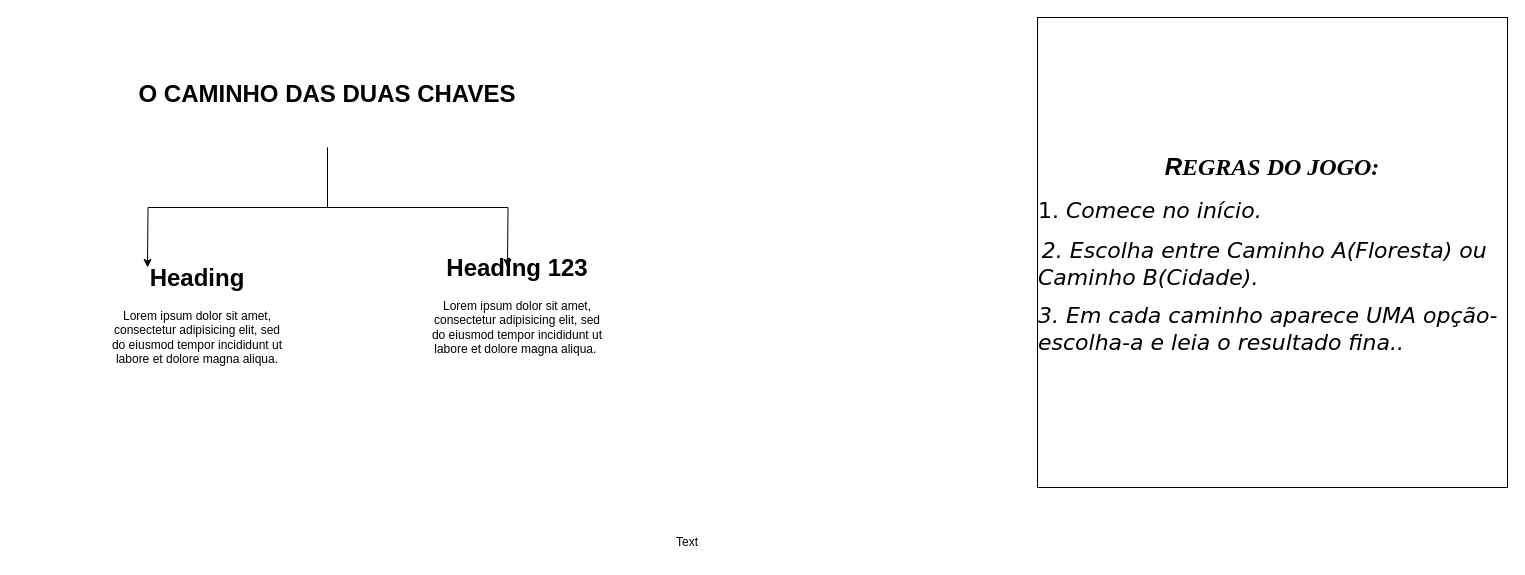
Before: info.drawio in Paula-Machado7/o-caminho-das-duas-chaves, a draw.io diagram. Source tidied: cells renumbered, new cells numbered last; positions are measured from the earlier drawing's top-left corner, leaving out a move shared by most shapes. Both pictures are drawn from the tidied source at 100%, with x=0, y=0 at pixel (87, 17).
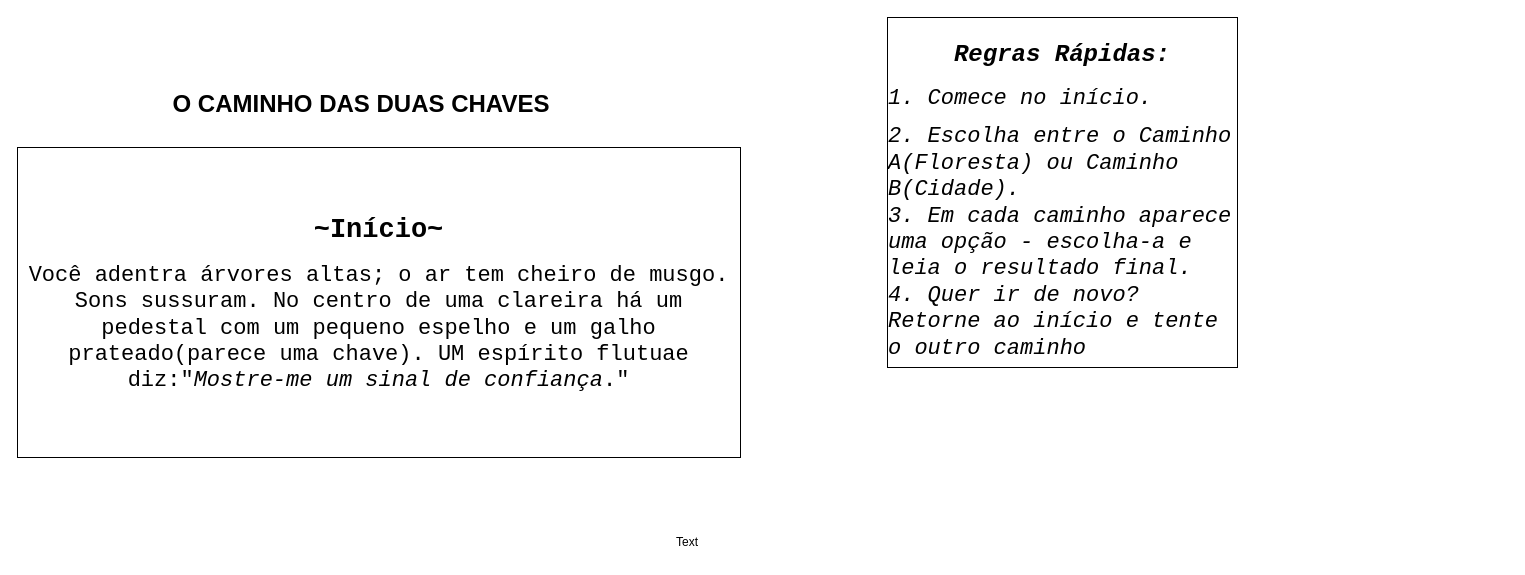
The same diagram, later.

The edit, as a diff of the source:
```diff
@@
 <mxGraphModel>
   <root>
     <mxCell id="0" />
     <mxCell id="1" parent="0" />
-    <mxCell id="2" style="edgeStyle=orthogonalEdgeStyle;rounded=0;jettySize=auto;html=1;" parent="1" edge="1" source="4">
-      <mxGeometry relative="1" as="geometry">
-        <mxPoint x="60" y="250" as="targetPoint" />
-      </mxGeometry>
-    </mxCell>
-    <mxCell id="3" style="edgeStyle=orthogonalEdgeStyle;rounded=0;jettySize=auto;html=1;" parent="1" edge="1" source="4">
-      <mxGeometry relative="1" as="geometry">
-        <mxPoint x="420" y="250" as="targetPoint" />
-      </mxGeometry>
-    </mxCell>
     <mxCell id="4" value="&lt;h1&gt;O CAMINHO DAS DUAS CHAVES&lt;/h1&gt;" style="text;html=1;whiteSpace=wrap;overflow=hidden;rounded=0;align=center;" parent="1" vertex="1">
-      <mxGeometry y="40" width="480" height="90" as="geometry" />
+      <mxGeometry x="34" y="50" width="480" height="90" as="geometry" />
     </mxCell>
-    <mxCell id="5" value="&lt;h1 style=&quot;margin-top: 0px;&quot;&gt;Heading&lt;/h1&gt;&lt;p&gt;Lorem ipsum dolor sit amet, consectetur adipisicing elit, sed do eiusmod tempor incididunt ut labore et dolore magna aliqua.&lt;/p&gt;" style="text;html=1;whiteSpace=wrap;overflow=hidden;rounded=0;align=center;" parent="1" vertex="1">
-      <mxGeometry x="20" y="240" width="180" height="120" as="geometry" />
-    </mxCell>
-    <mxCell id="6" value="&lt;h1 style=&quot;margin-top: 0px;&quot;&gt;Heading 123&lt;/h1&gt;&lt;p&gt;Lorem ipsum dolor sit amet, consectetur adipisicing elit, sed do eiusmod tempor incididunt ut labore et dolore magna aliqua.&amp;nbsp;&lt;/p&gt;" style="text;html=1;whiteSpace=wrap;overflow=hidden;rounded=0;align=center;" parent="1" vertex="1">
-      <mxGeometry x="340" y="230" width="180" height="120" as="geometry" />
-    </mxCell>
-    <mxCell id="7" value="&lt;h1&gt;&lt;i&gt;R&lt;font face=&quot;Times New Roman&quot;&gt;EGRAS DO JOGO:&lt;/font&gt;&lt;/i&gt;&lt;/h1&gt;&lt;h3 style=&quot;text-align: left;&quot;&gt;&lt;span style=&quot;background-color: transparent; font-weight: normal; font-size: 22px;&quot;&gt;&lt;font face=&quot;Verdana&quot;&gt;1. &lt;i&gt;Comece no início.&lt;/i&gt;&lt;/font&gt;&lt;/span&gt;&lt;/h3&gt;&lt;p style=&quot;text-align: left;&quot;&gt;&lt;font face=&quot;Verdana&quot;&gt;&lt;span style=&quot;background-color: transparent;&quot;&gt;&amp;nbsp;&lt;/span&gt;&lt;/font&gt;&lt;font style=&quot;background-color: transparent;&quot; face=&quot;Verdana&quot;&gt;&lt;font style=&quot;background-color: transparent; font-size: 22px;&quot;&gt;&lt;i&gt;2.&amp;nbsp;&lt;/i&gt;&lt;/font&gt;&lt;/font&gt;&lt;i style=&quot;background-color: transparent; font-size: 22px; font-family: Verdana;&quot;&gt;Escolha entre Caminho A(Floresta) ou Caminho B(Cidade).&lt;/i&gt;&lt;/p&gt;&lt;p style=&quot;text-align: left;&quot;&gt;&lt;i style=&quot;background-color: transparent; font-size: 22px; font-family: Verdana;&quot;&gt;3. Em cada caminho aparece UMA opção- escolha-a e leia o resultado fina..&lt;/i&gt;&lt;/p&gt;" style="whiteSpace=wrap;html=1;align=center;" parent="1" vertex="1">
-      <mxGeometry x="950" width="470" height="470" as="geometry" />
+    <mxCell id="7" value="&lt;h1 style=&quot;&quot;&gt;&lt;i&gt;&lt;font face=&quot;Courier New&quot;&gt;Regras Rápidas:&lt;/font&gt;&lt;/i&gt;&lt;/h1&gt;&lt;p style=&quot;text-align: left;&quot;&gt;&lt;font style=&quot;font-size: 22px;&quot; face=&quot;Courier New&quot;&gt;&lt;i&gt;1. Comece no início.&lt;/i&gt;&lt;/font&gt;&lt;/p&gt;&lt;div style=&quot;text-align: left;&quot;&gt;&lt;font style=&quot;font-size: 22px;&quot; face=&quot;Courier New&quot;&gt;&lt;i&gt;2. Escolha entre o Caminho A(Floresta) ou Caminho B(Cidade).&lt;/i&gt;&lt;/font&gt;&lt;/div&gt;&lt;div style=&quot;text-align: left;&quot;&gt;&lt;font face=&quot;Courier New&quot; style=&quot;font-size: 22px;&quot;&gt;&lt;i style=&quot;&quot;&gt;3&lt;font style=&quot;&quot;&gt;. Em cada caminho aparece uma opção - escolha-a e leia o resultado final.&lt;/font&gt;&lt;/i&gt;&lt;/font&gt;&lt;/div&gt;&lt;div style=&quot;text-align: left;&quot;&gt;&lt;font face=&quot;Courier New&quot; style=&quot;font-size: 22px;&quot;&gt;&lt;i style=&quot;&quot;&gt;4. Quer ir de novo? Retorne ao início e tente o outro caminho&lt;/i&gt;&lt;/font&gt;&lt;/div&gt;" style="whiteSpace=wrap;html=1;align=center;" parent="1" vertex="1">
+      <mxGeometry x="800" width="350" height="350" as="geometry" />
     </mxCell>
     <mxCell id="8" value="Text" style="text;html=1;whiteSpace=wrap;strokeColor=none;fillColor=none;align=center;verticalAlign=middle;rounded=0;" parent="1" vertex="1">
       <mxGeometry x="570" y="510" width="60" height="30" as="geometry" />
     </mxCell>
+    <mxCell id="9" value="&lt;h1&gt;&lt;font face=&quot;Courier New&quot; style=&quot;font-size: 27px;&quot;&gt;~Início~&lt;/font&gt;&lt;/h1&gt;&lt;p&gt;&lt;font style=&quot;font-size: 22px;&quot; face=&quot;Courier New&quot;&gt;Você adentra árvores altas; o ar tem cheiro de musgo. Sons sussuram. No centro de uma clareira há um pedestal com um pequeno espelho e um galho prateado(parece uma chave). UM espírito flutuae diz:&quot;&lt;i&gt;Mostre-me um sinal de confiança&lt;/i&gt;.&quot;&lt;/font&gt;&lt;/p&gt;" style="rounded=0;whiteSpace=wrap;html=1;align=center;" parent="1" vertex="1">
+      <mxGeometry x="-70" y="130" width="723" height="310" as="geometry" />
+    </mxCell>
   </root>
 </mxGraphModel>
```
